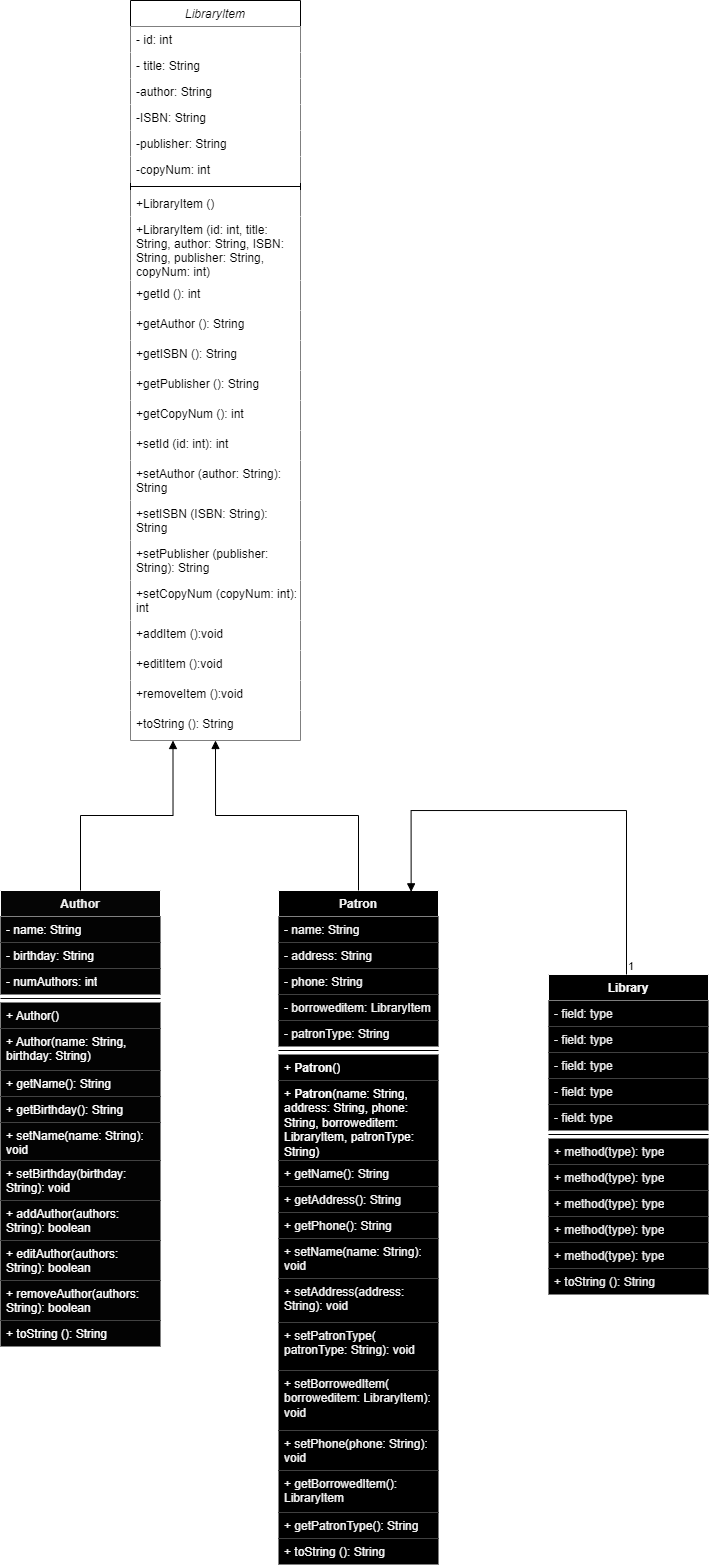
Earlier version of the draw.io export Java midterm class diagram.png (JoshuaYouden/Java-Midterm-JY). Source tidied: cells renumbered, new cells last; positions are measured from the earlier drawing's top-left corner, leaving out a move shared by most shapes.
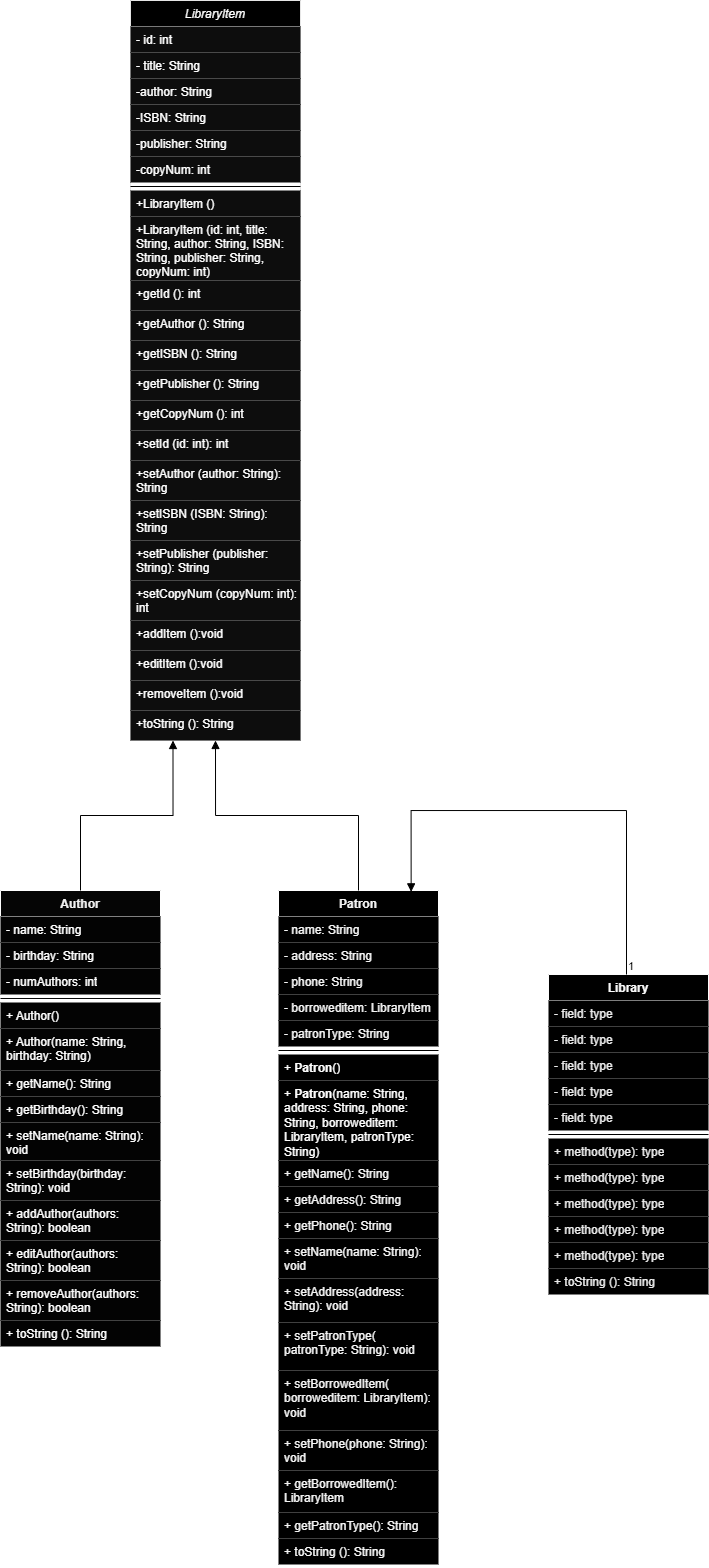
Above is the later version.

What changed in the source:
```diff
@@ -2,76 +2,76 @@
   <root>
     <mxCell id="0" />
     <mxCell id="1" parent="0" />
-    <mxCell id="2" value="LibraryItem" style="swimlane;fontStyle=2;align=center;verticalAlign=top;horizontal=1;startSize=26;rounded=0;shadow=0;strokeWidth=1;fillColor=default;" parent="1" vertex="1">
+    <mxCell id="2" value="LibraryItem" style="swimlane;fontStyle=2;align=center;verticalAlign=top;horizontal=1;startSize=26;rounded=0;shadow=0;strokeWidth=1;fillColor=#000000;fontColor=#FFFFFF;strokeColor=#E6E6E6;" parent="1" vertex="1">
       <mxGeometry x="130" width="170" height="740" as="geometry" />
     </mxCell>
-    <mxCell id="3" value="- id: int" style="text;align=left;verticalAlign=top;spacingLeft=4;spacingRight=4;overflow=hidden;fillColor=default;" parent="2" vertex="1">
+    <mxCell id="3" value="- id: int" style="text;align=left;verticalAlign=top;spacingLeft=4;spacingRight=4;overflow=hidden;fillColor=#0D0D0D;gradientColor=none;strokeColor=none;fontColor=#FFFFFF;" parent="2" vertex="1">
       <mxGeometry y="26" width="170" height="26" as="geometry" />
     </mxCell>
-    <mxCell id="4" value="- title: String" style="text;align=left;verticalAlign=top;spacingLeft=4;spacingRight=4;overflow=hidden;rounded=0;shadow=0;html=0;fillColor=default;" parent="2" vertex="1">
+    <mxCell id="4" value="- title: String" style="text;align=left;verticalAlign=top;spacingLeft=4;spacingRight=4;overflow=hidden;rounded=0;shadow=0;html=0;fillColor=#0D0D0D;gradientColor=none;strokeColor=none;fontColor=#FFFFFF;" parent="2" vertex="1">
       <mxGeometry y="52" width="170" height="26" as="geometry" />
     </mxCell>
-    <mxCell id="5" value="-author: String" style="text;align=left;verticalAlign=top;spacingLeft=4;spacingRight=4;overflow=hidden;rounded=0;shadow=0;html=0;fillColor=default;" parent="2" vertex="1">
+    <mxCell id="5" value="-author: String" style="text;align=left;verticalAlign=top;spacingLeft=4;spacingRight=4;overflow=hidden;rounded=0;shadow=0;html=0;fillColor=#0D0D0D;gradientColor=none;strokeColor=none;fontColor=#FFFFFF;" parent="2" vertex="1">
       <mxGeometry y="78" width="170" height="26" as="geometry" />
     </mxCell>
-    <mxCell id="6" value="-ISBN: String" style="text;align=left;verticalAlign=top;spacingLeft=4;spacingRight=4;overflow=hidden;rounded=0;shadow=0;html=0;fillColor=default;" parent="2" vertex="1">
+    <mxCell id="6" value="-ISBN: String" style="text;align=left;verticalAlign=top;spacingLeft=4;spacingRight=4;overflow=hidden;rounded=0;shadow=0;html=0;fillColor=#0D0D0D;gradientColor=none;strokeColor=none;fontColor=#FFFFFF;" parent="2" vertex="1">
       <mxGeometry y="104" width="170" height="26" as="geometry" />
     </mxCell>
-    <mxCell id="7" value="-publisher: String" style="text;align=left;verticalAlign=top;spacingLeft=4;spacingRight=4;overflow=hidden;rounded=0;shadow=0;html=0;fillColor=default;" parent="2" vertex="1">
+    <mxCell id="7" value="-publisher: String" style="text;align=left;verticalAlign=top;spacingLeft=4;spacingRight=4;overflow=hidden;rounded=0;shadow=0;html=0;fillColor=#0D0D0D;gradientColor=none;strokeColor=none;fontColor=#FFFFFF;" parent="2" vertex="1">
       <mxGeometry y="130" width="170" height="26" as="geometry" />
     </mxCell>
-    <mxCell id="8" value="-copyNum: int" style="text;align=left;verticalAlign=top;spacingLeft=4;spacingRight=4;overflow=hidden;rounded=0;shadow=0;html=0;fillColor=default;" parent="2" vertex="1">
+    <mxCell id="8" value="-copyNum: int" style="text;align=left;verticalAlign=top;spacingLeft=4;spacingRight=4;overflow=hidden;rounded=0;shadow=0;html=0;fillColor=#0D0D0D;gradientColor=none;strokeColor=none;fontColor=#FFFFFF;" parent="2" vertex="1">
       <mxGeometry y="156" width="170" height="26" as="geometry" />
     </mxCell>
     <mxCell id="9" style="line;html=1;strokeWidth=1;align=left;verticalAlign=middle;spacingTop=-1;spacingLeft=3;spacingRight=3;labelPosition=right;" parent="2" vertex="1">
       <mxGeometry y="182" width="170" height="8" as="geometry" />
     </mxCell>
-    <mxCell id="10" value="+LibraryItem ()" style="text;align=left;verticalAlign=top;spacingLeft=4;spacingRight=4;overflow=hidden;fillColor=default;" parent="2" vertex="1">
+    <mxCell id="10" value="+LibraryItem ()" style="text;align=left;verticalAlign=top;spacingLeft=4;spacingRight=4;overflow=hidden;fillColor=#0D0D0D;gradientColor=none;strokeColor=none;fontColor=#FFFFFF;" parent="2" vertex="1">
       <mxGeometry y="190" width="170" height="26" as="geometry" />
     </mxCell>
-    <mxCell id="11" value="+LibraryItem (id: int, title:&#10;String, author: String, ISBN:&#10;String, publisher: String,&#10;copyNum: int)" style="text;align=left;verticalAlign=top;spacingLeft=4;spacingRight=4;overflow=hidden;fillColor=default;" parent="2" vertex="1">
+    <mxCell id="11" value="+LibraryItem (id: int, title:&#10;String, author: String, ISBN:&#10;String, publisher: String,&#10;copyNum: int)" style="text;align=left;verticalAlign=top;spacingLeft=4;spacingRight=4;overflow=hidden;fillColor=#0D0D0D;gradientColor=none;strokeColor=none;fontColor=#FFFFFF;" parent="2" vertex="1">
       <mxGeometry y="216" width="170" height="64" as="geometry" />
     </mxCell>
-    <mxCell id="12" value="+getId (): int" style="text;align=left;verticalAlign=top;spacingLeft=4;spacingRight=4;overflow=hidden;fillColor=default;" parent="2" vertex="1">
+    <mxCell id="12" value="+getId (): int" style="text;align=left;verticalAlign=top;spacingLeft=4;spacingRight=4;overflow=hidden;fillColor=#0D0D0D;gradientColor=none;strokeColor=none;fontColor=#FFFFFF;" parent="2" vertex="1">
       <mxGeometry y="280" width="170" height="30" as="geometry" />
     </mxCell>
-    <mxCell id="13" value="+getAuthor (): String" style="text;align=left;verticalAlign=top;spacingLeft=4;spacingRight=4;overflow=hidden;fillColor=default;" parent="2" vertex="1">
+    <mxCell id="13" value="+getAuthor (): String" style="text;align=left;verticalAlign=top;spacingLeft=4;spacingRight=4;overflow=hidden;fillColor=#0D0D0D;gradientColor=none;strokeColor=none;fontColor=#FFFFFF;" parent="2" vertex="1">
       <mxGeometry y="310" width="170" height="30" as="geometry" />
     </mxCell>
-    <mxCell id="14" value="+getISBN (): String" style="text;align=left;verticalAlign=top;spacingLeft=4;spacingRight=4;overflow=hidden;fillColor=default;" parent="2" vertex="1">
+    <mxCell id="14" value="+getISBN (): String" style="text;align=left;verticalAlign=top;spacingLeft=4;spacingRight=4;overflow=hidden;fillColor=#0D0D0D;gradientColor=none;strokeColor=none;fontColor=#FFFFFF;" parent="2" vertex="1">
       <mxGeometry y="340" width="170" height="30" as="geometry" />
     </mxCell>
-    <mxCell id="15" value="+getPublisher (): String" style="text;align=left;verticalAlign=top;spacingLeft=4;spacingRight=4;overflow=hidden;fillColor=default;" parent="2" vertex="1">
+    <mxCell id="15" value="+getPublisher (): String" style="text;align=left;verticalAlign=top;spacingLeft=4;spacingRight=4;overflow=hidden;fillColor=#0D0D0D;gradientColor=none;strokeColor=none;fontColor=#FFFFFF;" parent="2" vertex="1">
       <mxGeometry y="370" width="170" height="30" as="geometry" />
     </mxCell>
-    <mxCell id="16" value="+getCopyNum (): int" style="text;align=left;verticalAlign=top;spacingLeft=4;spacingRight=4;overflow=hidden;fillColor=default;" parent="2" vertex="1">
+    <mxCell id="16" value="+getCopyNum (): int" style="text;align=left;verticalAlign=top;spacingLeft=4;spacingRight=4;overflow=hidden;fillColor=#0D0D0D;gradientColor=none;strokeColor=none;fontColor=#FFFFFF;" parent="2" vertex="1">
       <mxGeometry y="400" width="170" height="30" as="geometry" />
     </mxCell>
-    <mxCell id="17" value="+setId (id: int): int" style="text;align=left;verticalAlign=top;spacingLeft=4;spacingRight=4;overflow=hidden;fillColor=default;" parent="2" vertex="1">
+    <mxCell id="17" value="+setId (id: int): int" style="text;align=left;verticalAlign=top;spacingLeft=4;spacingRight=4;overflow=hidden;fillColor=#0D0D0D;gradientColor=none;strokeColor=none;fontColor=#FFFFFF;" parent="2" vertex="1">
       <mxGeometry y="430" width="170" height="30" as="geometry" />
     </mxCell>
-    <mxCell id="18" value="+setAuthor (author: String): &#10;String" style="text;align=left;verticalAlign=top;spacingLeft=4;spacingRight=4;overflow=hidden;fillColor=default;" parent="2" vertex="1">
+    <mxCell id="18" value="+setAuthor (author: String): &#10;String" style="text;align=left;verticalAlign=top;spacingLeft=4;spacingRight=4;overflow=hidden;fillColor=#0D0D0D;gradientColor=none;strokeColor=none;fontColor=#FFFFFF;" parent="2" vertex="1">
       <mxGeometry y="460" width="170" height="40" as="geometry" />
     </mxCell>
-    <mxCell id="19" value="+setISBN (ISBN: String): &#10;String" style="text;align=left;verticalAlign=top;spacingLeft=4;spacingRight=4;overflow=hidden;fillColor=default;" parent="2" vertex="1">
+    <mxCell id="19" value="+setISBN (ISBN: String): &#10;String" style="text;align=left;verticalAlign=top;spacingLeft=4;spacingRight=4;overflow=hidden;fillColor=#0D0D0D;gradientColor=none;strokeColor=none;fontColor=#FFFFFF;" parent="2" vertex="1">
       <mxGeometry y="500" width="170" height="40" as="geometry" />
     </mxCell>
-    <mxCell id="20" value="+setPublisher (publisher: &#10;String): String" style="text;align=left;verticalAlign=top;spacingLeft=4;spacingRight=4;overflow=hidden;fillColor=default;" parent="2" vertex="1">
+    <mxCell id="20" value="+setPublisher (publisher: &#10;String): String" style="text;align=left;verticalAlign=top;spacingLeft=4;spacingRight=4;overflow=hidden;fillColor=#0D0D0D;gradientColor=none;strokeColor=none;fontColor=#FFFFFF;" parent="2" vertex="1">
       <mxGeometry y="540" width="170" height="40" as="geometry" />
     </mxCell>
-    <mxCell id="21" value="+setCopyNum (copyNum: int): &#10;int" style="text;align=left;verticalAlign=top;spacingLeft=4;spacingRight=4;overflow=hidden;fillColor=default;" parent="2" vertex="1">
+    <mxCell id="21" value="+setCopyNum (copyNum: int): &#10;int" style="text;align=left;verticalAlign=top;spacingLeft=4;spacingRight=4;overflow=hidden;fillColor=#0D0D0D;gradientColor=none;strokeColor=none;fontColor=#FFFFFF;" parent="2" vertex="1">
       <mxGeometry y="580" width="170" height="40" as="geometry" />
     </mxCell>
-    <mxCell id="22" value="+addItem ():void" style="text;align=left;verticalAlign=top;spacingLeft=4;spacingRight=4;overflow=hidden;fillColor=default;" parent="2" vertex="1">
+    <mxCell id="22" value="+addItem ():void" style="text;align=left;verticalAlign=top;spacingLeft=4;spacingRight=4;overflow=hidden;fillColor=#0D0D0D;gradientColor=none;strokeColor=none;fontColor=#FFFFFF;" parent="2" vertex="1">
       <mxGeometry y="620" width="170" height="30" as="geometry" />
     </mxCell>
-    <mxCell id="23" value="+editItem ():void" style="text;align=left;verticalAlign=top;spacingLeft=4;spacingRight=4;overflow=hidden;fillColor=default;" parent="2" vertex="1">
+    <mxCell id="23" value="+editItem ():void" style="text;align=left;verticalAlign=top;spacingLeft=4;spacingRight=4;overflow=hidden;fillColor=#0D0D0D;gradientColor=none;strokeColor=none;fontColor=#FFFFFF;" parent="2" vertex="1">
       <mxGeometry y="650" width="170" height="30" as="geometry" />
     </mxCell>
-    <mxCell id="24" value="+removeItem ():void" style="text;align=left;verticalAlign=top;spacingLeft=4;spacingRight=4;overflow=hidden;fillColor=default;" parent="2" vertex="1">
+    <mxCell id="24" value="+removeItem ():void" style="text;align=left;verticalAlign=top;spacingLeft=4;spacingRight=4;overflow=hidden;fillColor=#0D0D0D;gradientColor=none;strokeColor=none;fontColor=#FFFFFF;" parent="2" vertex="1">
       <mxGeometry y="680" width="170" height="30" as="geometry" />
     </mxCell>
-    <mxCell id="25" value="+toString (): String" style="text;align=left;verticalAlign=top;spacingLeft=4;spacingRight=4;overflow=hidden;fillColor=default;" parent="2" vertex="1">
+    <mxCell id="25" value="+toString (): String" style="text;align=left;verticalAlign=top;spacingLeft=4;spacingRight=4;overflow=hidden;fillColor=#0D0D0D;gradientColor=none;strokeColor=none;fontColor=#FFFFFF;" parent="2" vertex="1">
       <mxGeometry y="710" width="170" height="30" as="geometry" />
     </mxCell>
     <mxCell id="26" value="Library" style="swimlane;fontStyle=1;align=center;verticalAlign=top;horizontal=1;startSize=26;whiteSpace=wrap;html=1;fontColor=#FCFCFC;fillColor=#000000;strokeColor=#FCFCFC;" parent="1" vertex="1">
```
